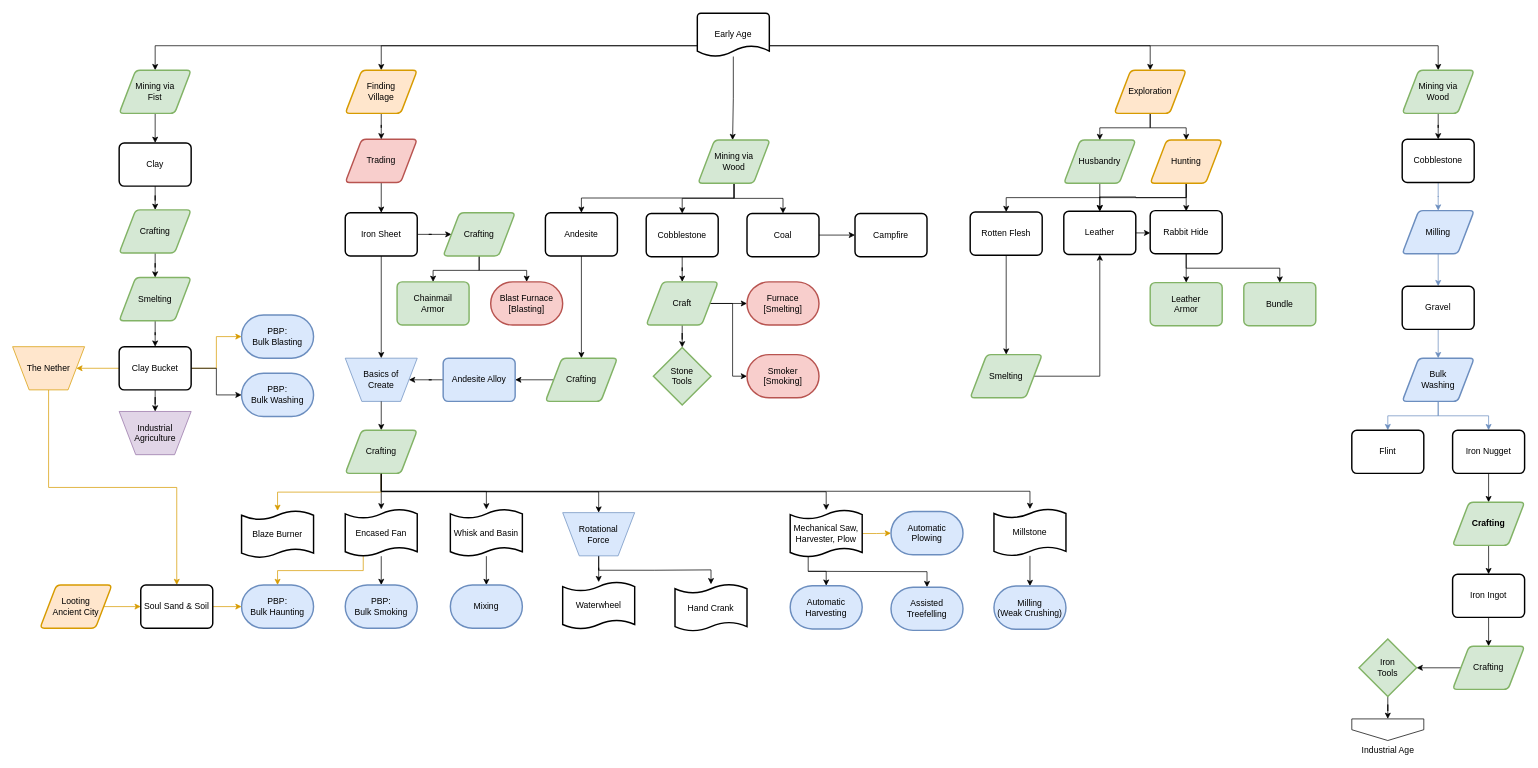
This is page "Early Age" (4 of 7) of flowcharts/progression.drawio from MeepishRealms/Cog, a draw.io file, before an edit. Source tidied: cells renumbered, new cells numbered last; positions are measured from the earlier drawing's top-left corner, leaving out a move shared by most shapes. Both pictures are drawn from the tidied source at 72%, with x=0, y=0 at pixel (12, 13).
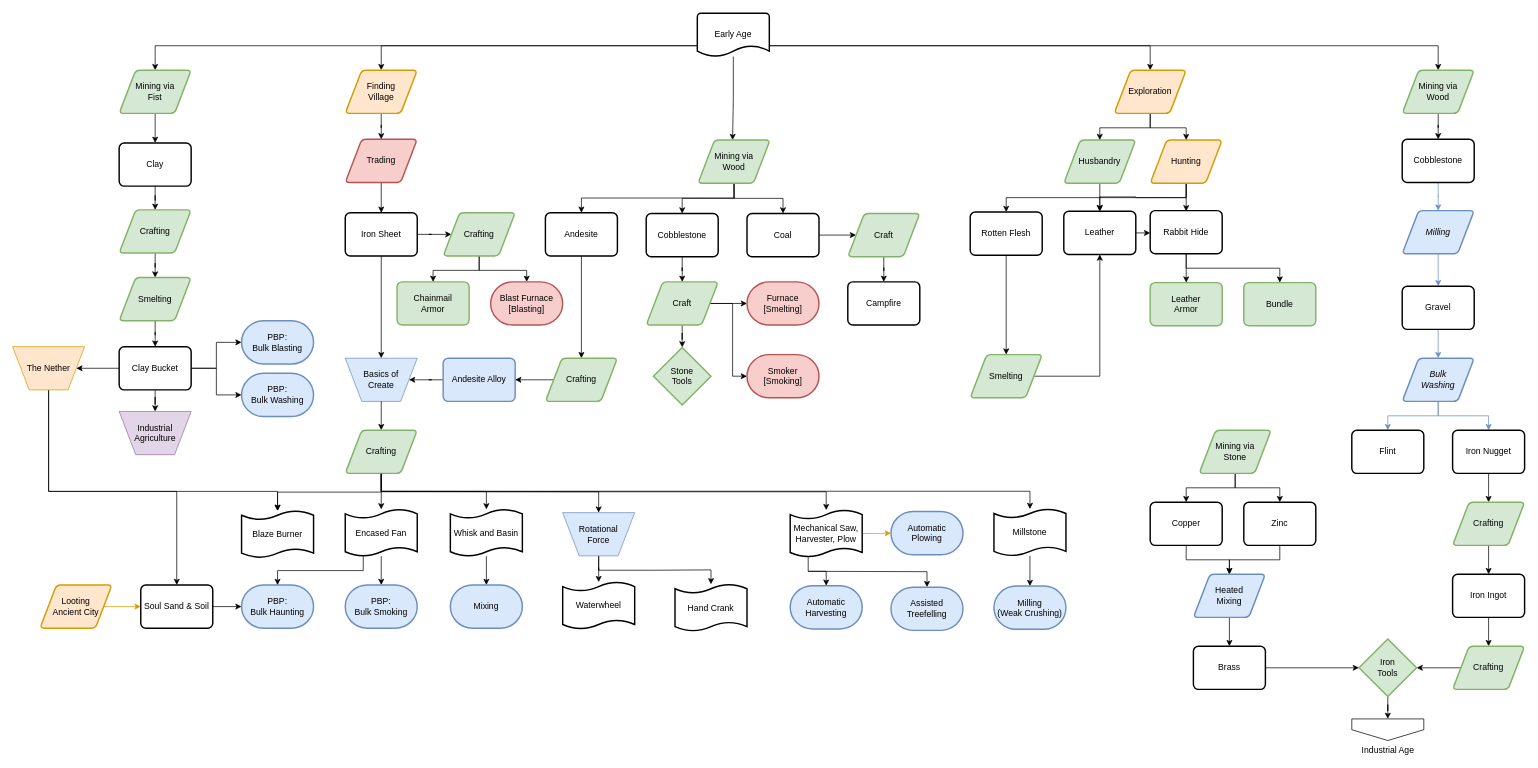
The same page after the edit.

Commit message:
Add Brass to Early Age as condition to start Industrial Age

The change refers to these unchanged cells:
```xml
<mxCell id="20" value="Coal" style="rounded=1;whiteSpace=wrap;html=1;absoluteArcSize=1;arcSize=14;strokeWidth=2;" parent="1" vertex="1">
  <mxGeometry x="1020" y="278" width="100" height="60" as="geometry" />
</mxCell>
<mxCell id="34" value="Clay Bucket" style="rounded=1;whiteSpace=wrap;html=1;absoluteArcSize=1;arcSize=14;strokeWidth=2;" parent="1" vertex="1">
  <mxGeometry x="148" y="463" width="100" height="60" as="geometry" />
</mxCell>
<mxCell id="39" value="The Nether" style="verticalLabelPosition=middle;verticalAlign=middle;html=1;shape=trapezoid;perimeter=trapezoidPerimeter;whiteSpace=wrap;size=0.23;arcSize=10;flipV=1;labelPosition=center;align=center;fillColor=#ffe6cc;strokeColor=#d79b00;" parent="1" vertex="1">
  <mxGeometry y="463" width="100" height="60" as="geometry" />
</mxCell>
<mxCell id="46" value="PBP:&lt;br&gt;Bulk Haunting" style="strokeWidth=2;html=1;shape=mxgraph.flowchart.terminator;whiteSpace=wrap;fillColor=#dae8fc;strokeColor=#6c8ebf;" parent="1" vertex="1">
  <mxGeometry x="318" y="794" width="100" height="60" as="geometry" />
</mxCell>
<mxCell id="49" value="Encased Fan" style="shape=tape;whiteSpace=wrap;html=1;strokeWidth=2;size=0.19;" parent="1" vertex="1">
  <mxGeometry x="462" y="689" width="100" height="65" as="geometry" />
</mxCell>
<mxCell id="54" value="Soul Sand &amp;amp; Soil" style="rounded=1;whiteSpace=wrap;html=1;absoluteArcSize=1;arcSize=14;strokeWidth=2;" parent="1" vertex="1">
  <mxGeometry x="178" y="794" width="100" height="60" as="geometry" />
</mxCell>
<mxCell id="55" value="Blaze Burner" style="shape=tape;whiteSpace=wrap;html=1;strokeWidth=2;size=0.19;" parent="1" vertex="1">
  <mxGeometry x="318" y="691" width="100" height="65" as="geometry" />
</mxCell>
<mxCell id="77" value="Crafting" style="shape=parallelogram;html=1;strokeWidth=2;perimeter=parallelogramPerimeter;whiteSpace=wrap;rounded=1;arcSize=12;size=0.23;fillColor=#d5e8d4;strokeColor=#82b366;" parent="1" vertex="1">
  <mxGeometry x="462" y="579" width="100" height="60" as="geometry" />
</mxCell>
<mxCell id="138" value="Iron&lt;br&gt;Tools" style="strokeWidth=2;html=1;shape=mxgraph.flowchart.decision;whiteSpace=wrap;fillColor=#d5e8d4;strokeColor=#82b366;" parent="1" vertex="1">
  <mxGeometry x="1870" y="869" width="80" height="80" as="geometry" />
</mxCell>
```

Diff of the diagram source:
```diff
@@
-    <mxCell id="19" style="edgeStyle=orthogonalEdgeStyle;rounded=0;jettySize=auto;html=1;exitX=1;exitY=0.5;exitDx=0;exitDy=0;" parent="1" edge="1" source="20" target="93">
-      <mxGeometry relative="1" as="geometry" />
-    </mxCell>
+    <mxCell id="140" style="edgeStyle=orthogonalEdgeStyle;rounded=0;jettySize=auto;html=1;exitX=1;exitY=0.5;exitDx=0;exitDy=0;" parent="1" edge="1" source="20" target="143">
+      <mxGeometry relative="1" as="geometry" />
+    </mxCell>
@@
-    <mxCell id="32" style="edgeStyle=orthogonalEdgeStyle;rounded=0;jettySize=auto;html=1;exitX=1;exitY=0.5;exitDx=0;exitDy=0;fillColor=#ffe6cc;strokeColor=#d79b00;" parent="1" edge="1" source="34" target="35">
+    <mxCell id="32" style="edgeStyle=orthogonalEdgeStyle;rounded=0;jettySize=auto;html=1;exitX=1;exitY=0.5;exitDx=0;exitDy=0;" parent="1" edge="1" source="34" target="35">
       <mxGeometry relative="1" as="geometry" />
     </mxCell>
-    <mxCell id="33" style="edgeStyle=orthogonalEdgeStyle;rounded=0;jettySize=auto;html=1;fillColor=#ffe6cc;strokeColor=#d79b00;" parent="1" edge="1" source="34" target="39">
+    <mxCell id="33" style="edgeStyle=orthogonalEdgeStyle;rounded=0;jettySize=auto;html=1;" parent="1" edge="1" source="34" target="39">
       <mxGeometry relative="1" as="geometry" />
     </mxCell>
@@
     <mxCell id="35" value="PBP:&lt;br&gt;Bulk Blasting" style="strokeWidth=2;html=1;shape=mxgraph.flowchart.terminator;whiteSpace=wrap;fillColor=#dae8fc;strokeColor=#6c8ebf;" parent="1" vertex="1">
-      <mxGeometry x="318" y="419" width="100" height="60" as="geometry" />
+      <mxGeometry x="318" y="427" width="100" height="60" as="geometry" />
     </mxCell>
@@
-    <mxCell id="38" style="edgeStyle=orthogonalEdgeStyle;rounded=0;jettySize=auto;html=1;exitX=0.5;exitY=1;exitDx=0;exitDy=0;fillColor=#ffe6cc;strokeColor=#d79b00;" parent="1" edge="1" source="39" target="54">
-      <mxGeometry relative="1" as="geometry" />
+    <mxCell id="38" style="edgeStyle=orthogonalEdgeStyle;rounded=0;jettySize=auto;html=1;exitX=0.5;exitY=1;exitDx=0;exitDy=0;" parent="1" edge="1" source="39" target="54">
+      <mxGeometry relative="1" as="geometry">
+        <Array as="points">
+          <mxPoint x="50" y="664" />
+          <mxPoint x="228" y="664" />
+        </Array>
+      </mxGeometry>
     </mxCell>
+    <mxCell id="141" style="edgeStyle=orthogonalEdgeStyle;rounded=0;jettySize=auto;html=1;exitX=0.5;exitY=1;exitDx=0;exitDy=0;" parent="1" edge="1" target="55">
+      <mxGeometry relative="1" as="geometry">
+        <mxPoint x="50" y="517" as="sourcePoint" />
+        <Array as="points">
+          <mxPoint x="50" y="664" />
+          <mxPoint x="368" y="664" />
+        </Array>
+      </mxGeometry>
+    </mxCell>
@@
-    <mxCell id="48" style="edgeStyle=orthogonalEdgeStyle;rounded=0;jettySize=auto;html=1;exitX=0.25;exitY=1;exitDx=0;exitDy=0;exitPerimeter=0;fillColor=#ffe6cc;strokeColor=#d79b00;" parent="1" edge="1" source="49" target="46">
+    <mxCell id="48" style="edgeStyle=orthogonalEdgeStyle;rounded=0;jettySize=auto;html=1;exitX=0.25;exitY=1;exitDx=0;exitDy=0;exitPerimeter=0;" parent="1" edge="1" source="49" target="46">
       <mxGeometry relative="1" as="geometry" />
     </mxCell>
@@
-    <mxCell id="53" style="edgeStyle=orthogonalEdgeStyle;rounded=0;jettySize=auto;html=1;fillColor=#ffe6cc;strokeColor=#d79b00;" parent="1" edge="1" source="54" target="46">
+    <mxCell id="53" style="edgeStyle=orthogonalEdgeStyle;rounded=0;jettySize=auto;html=1;" parent="1" edge="1" source="54" target="46">
       <mxGeometry relative="1" as="geometry" />
     </mxCell>
@@
-    <mxCell id="73" style="edgeStyle=orthogonalEdgeStyle;rounded=0;jettySize=auto;html=1;exitX=0.5;exitY=1;exitDx=0;exitDy=0;fillColor=#ffe6cc;strokeColor=#d79b00;" parent="1" edge="1" source="77" target="55">
+    <mxCell id="73" style="edgeStyle=orthogonalEdgeStyle;rounded=0;jettySize=auto;html=1;exitX=0.5;exitY=1;exitDx=0;exitDy=0;" parent="1" edge="1" source="77" target="55">
       <mxGeometry relative="1" as="geometry" />
     </mxCell>
@@
     <mxCell id="93" value="Campfire" style="rounded=1;whiteSpace=wrap;html=1;absoluteArcSize=1;arcSize=14;strokeWidth=2;" parent="1" vertex="1">
-      <mxGeometry x="1170" y="278" width="100" height="60" as="geometry" />
+      <mxGeometry x="1160" y="373" width="100" height="60" as="geometry" />
     </mxCell>
@@
-    <mxCell id="122" value="Milling" style="shape=parallelogram;html=1;strokeWidth=2;perimeter=parallelogramPerimeter;whiteSpace=wrap;rounded=1;arcSize=12;size=0.23;fillColor=#dae8fc;strokeColor=#6c8ebf;" parent="1" vertex="1">
+    <mxCell id="122" value="Milling" style="shape=parallelogram;html=1;strokeWidth=2;perimeter=parallelogramPerimeter;whiteSpace=wrap;rounded=1;arcSize=12;size=0.23;fillColor=#dae8fc;strokeColor=#6c8ebf;fontStyle=2;" parent="1" vertex="1">
       <mxGeometry x="1930" y="274" width="100" height="60" as="geometry" />
     </mxCell>
@@
-    <mxCell id="127" value="Bulk&lt;br&gt;Washing" style="shape=parallelogram;html=1;strokeWidth=2;perimeter=parallelogramPerimeter;whiteSpace=wrap;rounded=1;arcSize=12;size=0.23;fillColor=#dae8fc;strokeColor=#6c8ebf;" parent="1" vertex="1">
+    <mxCell id="127" value="Bulk&lt;br&gt;Washing" style="shape=parallelogram;html=1;strokeWidth=2;perimeter=parallelogramPerimeter;whiteSpace=wrap;rounded=1;arcSize=12;size=0.23;fillColor=#dae8fc;strokeColor=#6c8ebf;fontStyle=2;" parent="1" vertex="1">
       <mxGeometry x="1930" y="479" width="100" height="60" as="geometry" />
     </mxCell>
@@
-    <mxCell id="132" value="Crafting" style="shape=parallelogram;html=1;strokeWidth=2;perimeter=parallelogramPerimeter;whiteSpace=wrap;rounded=1;arcSize=12;size=0.23;fontStyle=1;fillColor=#d5e8d4;strokeColor=#82b366;" parent="1" vertex="1">
+    <mxCell id="132" value="Crafting" style="shape=parallelogram;html=1;strokeWidth=2;perimeter=parallelogramPerimeter;whiteSpace=wrap;rounded=1;arcSize=12;size=0.23;fontStyle=0;fillColor=#d5e8d4;strokeColor=#82b366;" parent="1" vertex="1">
       <mxGeometry x="2000" y="679" width="100" height="60" as="geometry" />
     </mxCell>
@@
+    <mxCell id="142" style="edgeStyle=orthogonalEdgeStyle;rounded=0;jettySize=auto;html=1;exitX=0.5;exitY=1;exitDx=0;exitDy=0;" parent="1" edge="1" source="143" target="93">
+      <mxGeometry relative="1" as="geometry" />
+    </mxCell>
+    <mxCell id="143" value="Craft" style="shape=parallelogram;html=1;strokeWidth=2;perimeter=parallelogramPerimeter;whiteSpace=wrap;rounded=1;arcSize=12;size=0.23;fillColor=#d5e8d4;strokeColor=#82b366;" parent="1" vertex="1">
+      <mxGeometry x="1160" y="278" width="100" height="60" as="geometry" />
+    </mxCell>
+    <mxCell id="144" style="edgeStyle=orthogonalEdgeStyle;rounded=0;jettySize=auto;html=1;exitX=0.5;exitY=1;exitDx=0;exitDy=0;" parent="1" edge="1" source="146" target="148">
+      <mxGeometry relative="1" as="geometry" />
+    </mxCell>
+    <mxCell id="145" style="edgeStyle=orthogonalEdgeStyle;rounded=0;jettySize=auto;html=1;exitX=0.5;exitY=1;exitDx=0;exitDy=0;" parent="1" edge="1" source="146" target="150">
+      <mxGeometry relative="1" as="geometry" />
+    </mxCell>
+    <mxCell id="146" value="Mining via&lt;br&gt;Stone" style="shape=parallelogram;html=1;strokeWidth=2;perimeter=parallelogramPerimeter;whiteSpace=wrap;rounded=1;arcSize=12;size=0.23;fillColor=#d5e8d4;strokeColor=#82b366;" parent="1" vertex="1">
+      <mxGeometry x="1648" y="579" width="100" height="60" as="geometry" />
+    </mxCell>
+    <mxCell id="147" style="edgeStyle=orthogonalEdgeStyle;rounded=0;jettySize=auto;html=1;exitX=0.5;exitY=1;exitDx=0;exitDy=0;" parent="1" edge="1" source="148" target="152">
+      <mxGeometry relative="1" as="geometry" />
+    </mxCell>
+    <mxCell id="148" value="Zinc" style="rounded=1;whiteSpace=wrap;html=1;absoluteArcSize=1;arcSize=14;strokeWidth=2;" parent="1" vertex="1">
+      <mxGeometry x="1710" y="679" width="100" height="60" as="geometry" />
+    </mxCell>
+    <mxCell id="149" style="edgeStyle=orthogonalEdgeStyle;rounded=0;jettySize=auto;html=1;exitX=0.5;exitY=1;exitDx=0;exitDy=0;" parent="1" edge="1" source="150" target="152">
+      <mxGeometry relative="1" as="geometry" />
+    </mxCell>
+    <mxCell id="150" value="Copper" style="rounded=1;whiteSpace=wrap;html=1;absoluteArcSize=1;arcSize=14;strokeWidth=2;" parent="1" vertex="1">
+      <mxGeometry x="1580" y="679" width="100" height="60" as="geometry" />
+    </mxCell>
+    <mxCell id="151" style="edgeStyle=orthogonalEdgeStyle;rounded=0;jettySize=auto;html=1;exitX=0.5;exitY=1;exitDx=0;exitDy=0;" parent="1" edge="1" source="152" target="154">
+      <mxGeometry relative="1" as="geometry" />
+    </mxCell>
+    <mxCell id="152" value="Heated&lt;br&gt;Mixing" style="shape=parallelogram;html=1;strokeWidth=2;perimeter=parallelogramPerimeter;whiteSpace=wrap;rounded=1;arcSize=12;size=0.23;fillColor=#dae8fc;strokeColor=#6c8ebf;" parent="1" vertex="1">
+      <mxGeometry x="1640" y="779" width="100" height="60" as="geometry" />
+    </mxCell>
+    <mxCell id="153" style="edgeStyle=orthogonalEdgeStyle;rounded=0;jettySize=auto;html=1;exitX=1;exitY=0.5;exitDx=0;exitDy=0;" parent="1" edge="1" source="154" target="138">
+      <mxGeometry relative="1" as="geometry" />
+    </mxCell>
+    <mxCell id="154" value="Brass" style="rounded=1;whiteSpace=wrap;html=1;absoluteArcSize=1;arcSize=14;strokeWidth=2;" parent="1" vertex="1">
+      <mxGeometry x="1640" y="879" width="100" height="60" as="geometry" />
+    </mxCell>
```
